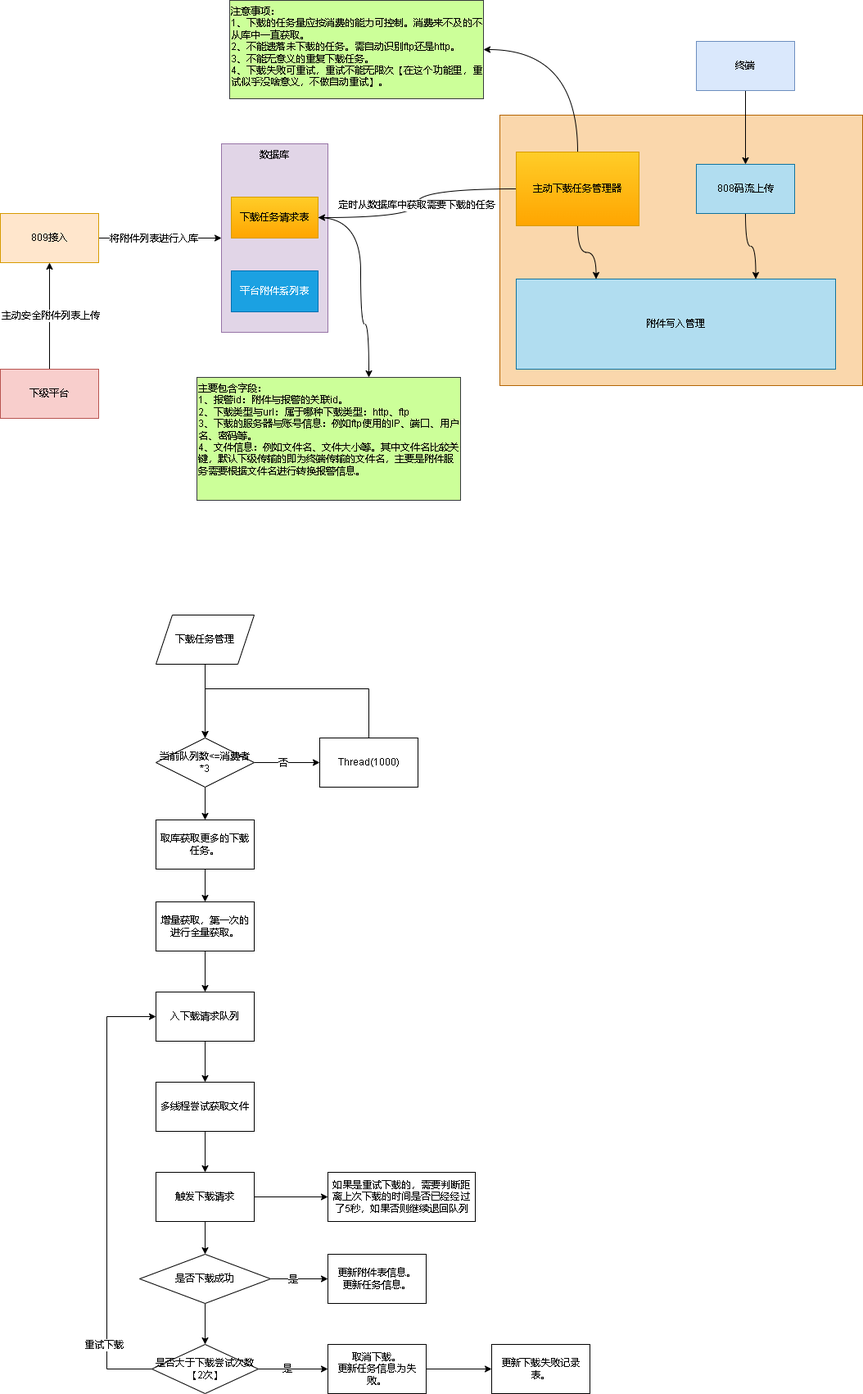
xktder/draw keeps this draw.io diagram as 809上传附件列表支持下载.drawio.png. Above is the earlier version. Source tidied: cells renumbered, new cells last; positions are measured from the earlier drawing's top-left corner, leaving out a move shared by most shapes.
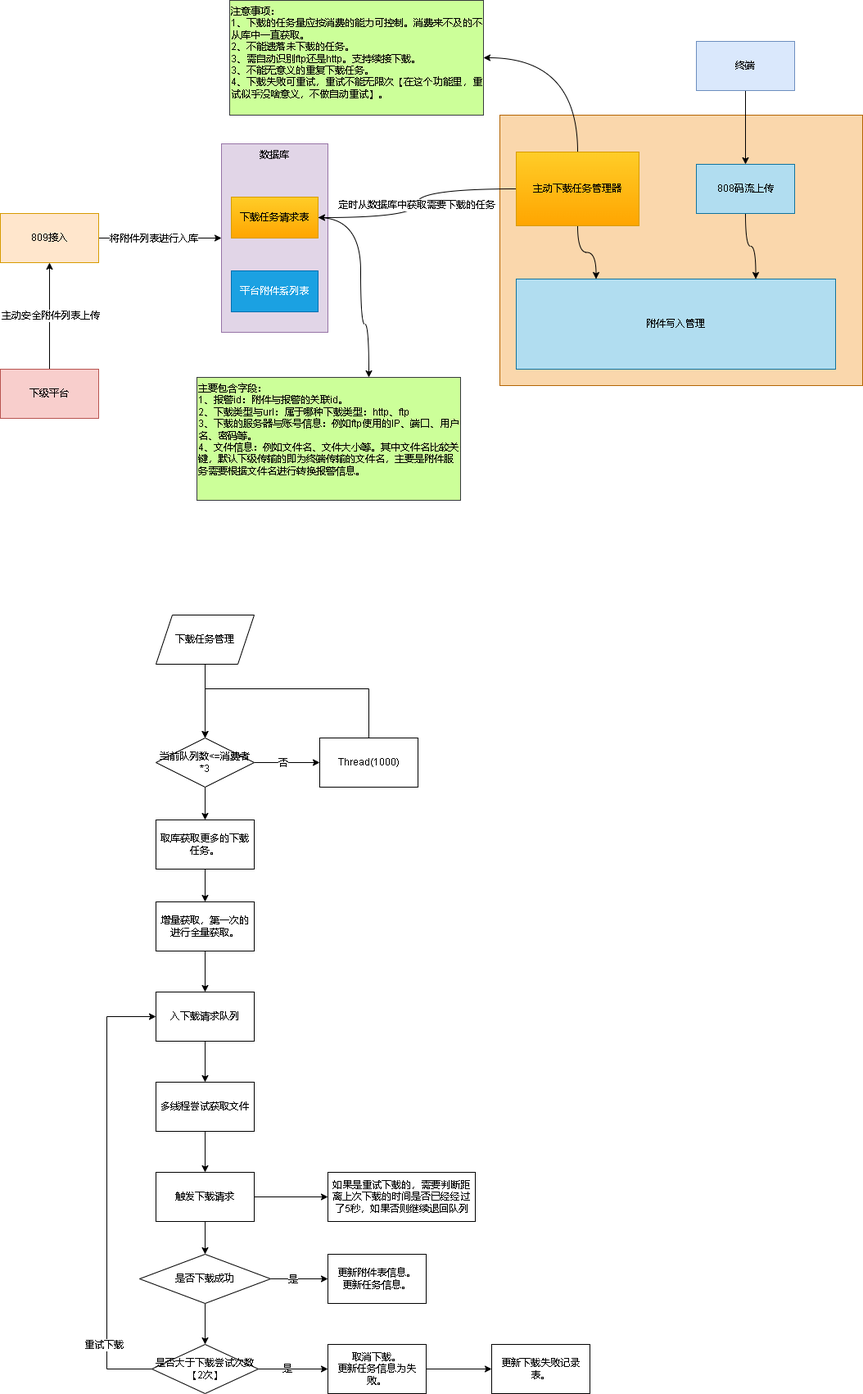
After the commit.

Commit message:
更新809上传附件列表支持下载.drawio.png

Diff of the diagram source:
```diff
@@ -77,8 +77,8 @@
     <mxCell id="22" value="终端" style="rounded=0;whiteSpace=wrap;html=1;fillColor=#dae8fc;strokeColor=#6c8ebf;" parent="1" vertex="1">
       <mxGeometry x="850" y="50" width="120" height="60" as="geometry" />
     </mxCell>
-    <mxCell id="23" value="注意事项：&lt;br&gt;1、下载的任务量应按消费的能力可控制。消费来不及的不从库中一直获取。&lt;br&gt;2、不能遗落未下载的任务。需自动识别ftp还是http。&lt;br&gt;3、不能无意义的重复下载任务。&lt;br&gt;4、下载失败可重试，重试不能无限次【在这个功能里，重试似乎没啥意义，不做自动重试】。" style="rounded=0;whiteSpace=wrap;html=1;fillColor=#CCFF99;strokeColor=#36393d;verticalAlign=top;align=left;" parent="1" vertex="1">
-      <mxGeometry x="280" width="310" height="120" as="geometry" />
+    <mxCell id="23" value="注意事项：&lt;br&gt;1、下载的任务量应按消费的能力可控制。消费来不及的不从库中一直获取。&lt;br&gt;2、不能遗落未下载的任务。&lt;br&gt;3、需自动识别ftp还是http。支持续接下载。&lt;br&gt;3、不能无意义的重复下载任务。&lt;br&gt;4、下载失败可重试，重试不能无限次【在这个功能里，重试似乎没啥意义，不做自动重试】。" style="rounded=0;whiteSpace=wrap;html=1;fillColor=#CCFF99;strokeColor=#36393d;verticalAlign=top;align=left;" parent="1" vertex="1">
+      <mxGeometry x="280" width="310" height="140" as="geometry" />
     </mxCell>
     <mxCell id="24" value="主要包含字段：&lt;br&gt;1、报警id：附件与报警的关联id。&lt;br&gt;2、下载类型与url：属于哪种下载类型：http、ftp&lt;br&gt;3、下载的服务器与账号信息：例如ftp使用的IP、端口、用户名、密码等。&lt;br&gt;4、文件信息：例如文件名、文件大小等。其中文件名比较关键，默认下级传输的即为终端传输的文件名，主要是附件服务需要根据文件名进行转换报警信息。" style="rounded=0;whiteSpace=wrap;html=1;fillColor=#CCFF99;strokeColor=#36393d;verticalAlign=top;align=left;" parent="1" vertex="1">
       <mxGeometry x="240" y="460" width="322" height="150" as="geometry" />
```
